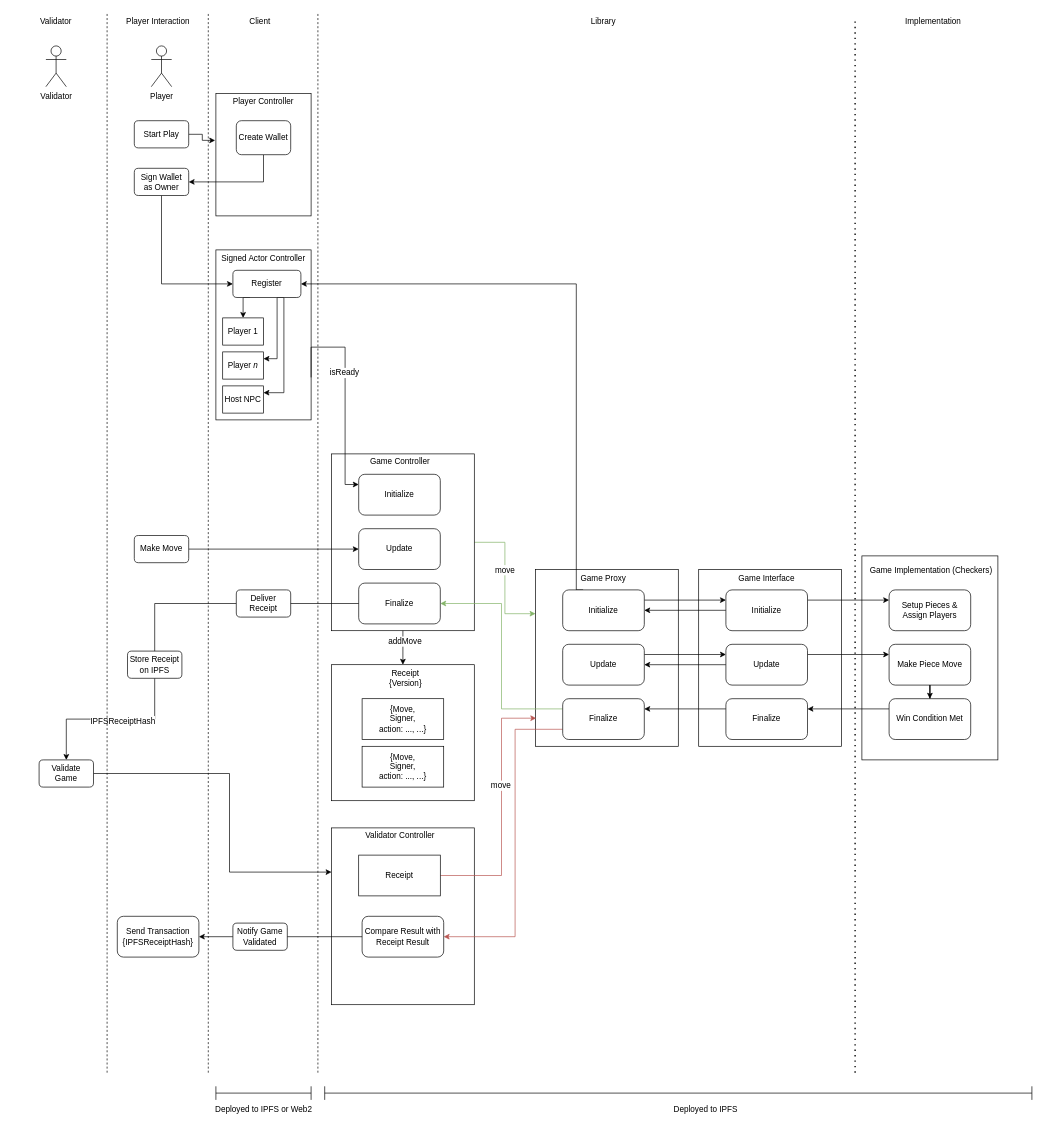
Before: Game_Receipt_High-Level_Design.drawio in JaegarSarauer/GameChain, a draw.io diagram. Source tidied: cells renumbered, new cells numbered last; positions are measured from the earlier drawing's top-left corner, leaving out a move shared by most shapes. Both pictures are drawn from the tidied source at 68%, with x=0, y=0 at pixel (12, 12).
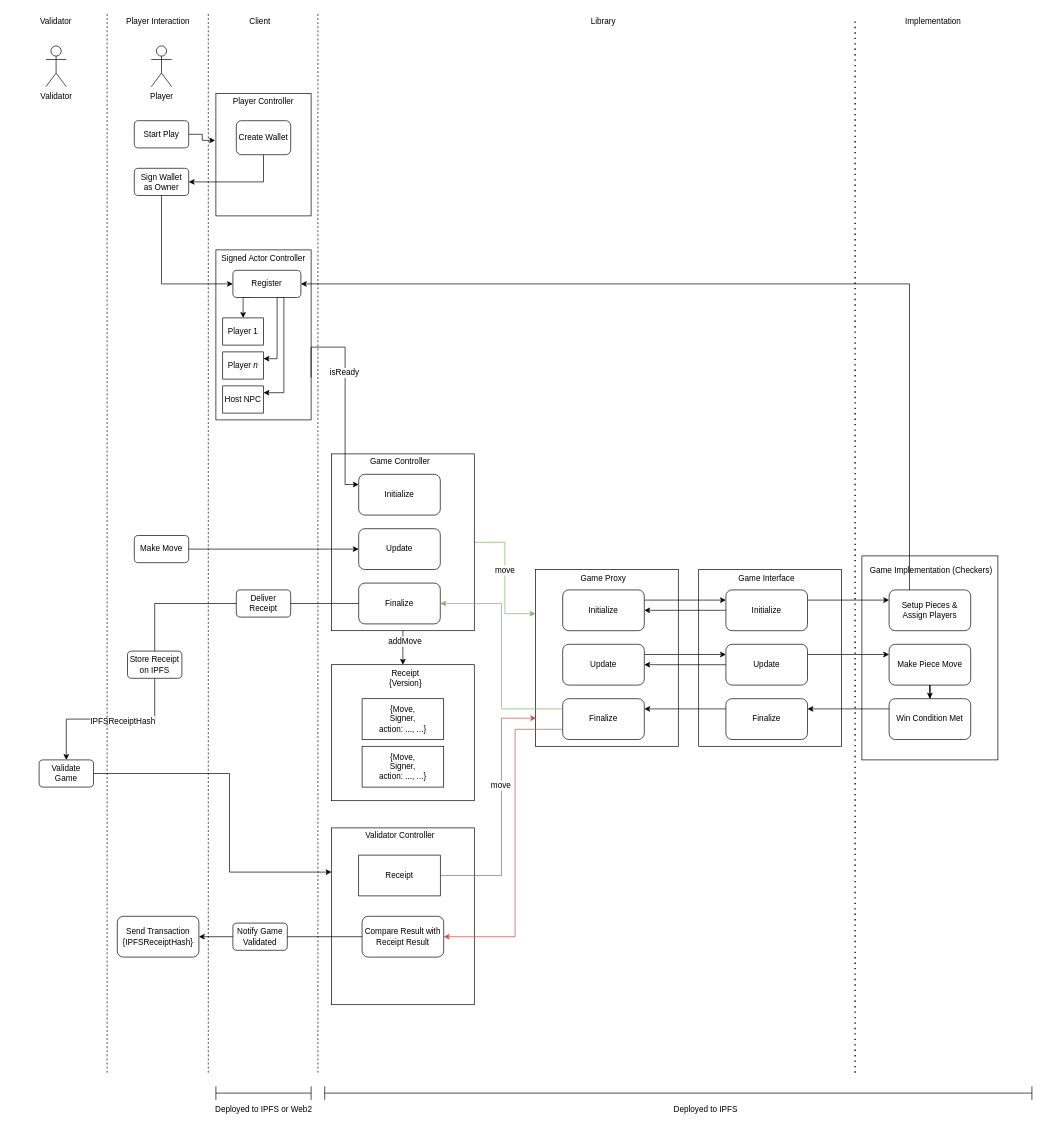
After the change.

Commit message:
Update on high-level design.

Unchanged cells that the change refers to:
```xml
<mxCell id="24" value="Register" style="rounded=1;whiteSpace=wrap;html=1;strokeColor=default;fontFamily=Helvetica;fontSize=12;fontColor=default;fillColor=default;" parent="1" vertex="1">
  <mxGeometry x="325" y="380" width="100" height="40" as="geometry" />
</mxCell>
<mxCell id="55" value="Initialize" style="rounded=1;whiteSpace=wrap;html=1;strokeColor=default;fontFamily=Helvetica;fontSize=12;fontColor=default;fillColor=default;" parent="1" vertex="1">
  <mxGeometry x="810" y="850" width="120" height="60" as="geometry" />
</mxCell>
<mxCell id="61" value="Setup Pieces &amp;amp; Assign Players" style="rounded=1;whiteSpace=wrap;html=1;strokeColor=default;fontFamily=Helvetica;fontSize=12;fontColor=default;fillColor=default;" parent="1" vertex="1">
  <mxGeometry x="1290" y="850" width="120" height="60" as="geometry" />
</mxCell>
```

Diff of the diagram source:
```diff
@@
-    <mxCell id="6" style="edgeStyle=orthogonalEdgeStyle;rounded=0;jettySize=auto;html=1;entryX=1;entryY=0.5;entryDx=0;entryDy=0;fontFamily=Helvetica;fontSize=12;fontColor=default;exitX=0.25;exitY=0;exitDx=0;exitDy=0;" parent="1" edge="1" source="55" target="24">
+    <mxCell id="6" style="edgeStyle=orthogonalEdgeStyle;rounded=0;jettySize=auto;html=1;entryX=1;entryY=0.5;entryDx=0;entryDy=0;fontFamily=Helvetica;fontSize=12;fontColor=default;exitX=0.25;exitY=0;exitDx=0;exitDy=0;" parent="1" edge="1" source="61" target="24">
       <mxGeometry relative="1" as="geometry">
         <Array as="points">
-          <mxPoint x="830" y="850" />
-          <mxPoint x="830" y="400" />
+          <mxPoint x="1320" y="400" />
         </Array>
       </mxGeometry>
     </mxCell>
```
